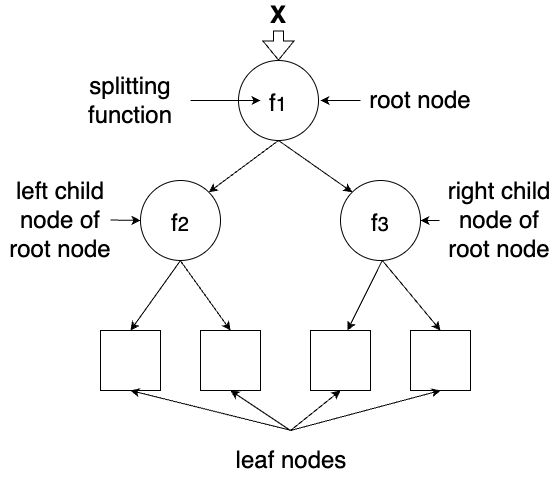
Earlier version of the draw.io export Untitled Diagram.drawio.png (FanGuozheng/dftbpy). Source tidied: cells renumbered, new cells last; positions are measured from the earlier drawing's top-left corner, leaving out a move shared by most shapes.
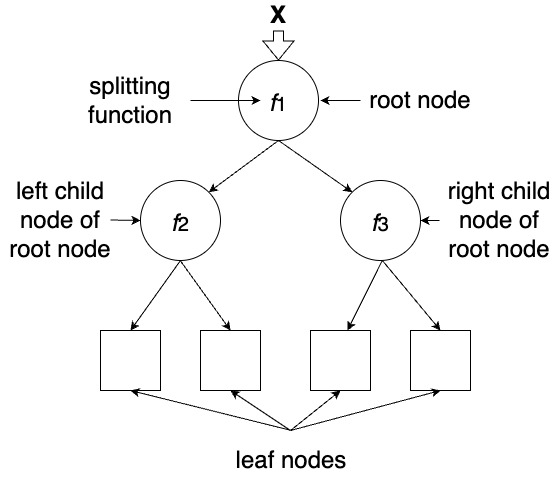
Above is the later version.

What changed in the source:
```diff
@@ -2,13 +2,13 @@
   <root>
     <mxCell id="0" />
     <mxCell id="1" parent="0" />
-    <mxCell id="2" value="&lt;font style=&quot;font-size: 24px;&quot;&gt;&lt;font style=&quot;vertical-align: sub; font-size: 24px;&quot;&gt;f&lt;/font&gt;&lt;font style=&quot;font-size: 24px;&quot;&gt;&lt;sub&gt;1&lt;/sub&gt;&lt;/font&gt;&lt;/font&gt;" style="ellipse;whiteSpace=wrap;html=1;" parent="1" vertex="1">
+    <mxCell id="2" value="&lt;font style=&quot;font-size: 24px;&quot;&gt;&lt;font style=&quot;vertical-align: sub; font-size: 24px;&quot;&gt;&lt;i&gt;f&lt;/i&gt;&lt;/font&gt;&lt;font style=&quot;font-size: 24px;&quot;&gt;&lt;sub&gt;1&lt;/sub&gt;&lt;/font&gt;&lt;/font&gt;" style="ellipse;whiteSpace=wrap;html=1;" parent="1" vertex="1">
       <mxGeometry x="238" y="60" width="80" height="80" as="geometry" />
     </mxCell>
-    <mxCell id="3" value="&lt;font style=&quot;font-size: 24px;&quot;&gt;&lt;font style=&quot;vertical-align: sub; font-size: 24px;&quot;&gt;f&lt;/font&gt;&lt;font style=&quot;font-size: 24px;&quot;&gt;&lt;sub&gt;2&lt;/sub&gt;&lt;/font&gt;&lt;/font&gt;" style="ellipse;whiteSpace=wrap;html=1;" parent="1" vertex="1">
+    <mxCell id="3" value="&lt;font style=&quot;font-size: 24px;&quot;&gt;&lt;font style=&quot;vertical-align: sub; font-size: 24px;&quot;&gt;&lt;i&gt;f&lt;/i&gt;&lt;/font&gt;&lt;font style=&quot;font-size: 24px;&quot;&gt;&lt;sub&gt;2&lt;/sub&gt;&lt;/font&gt;&lt;/font&gt;" style="ellipse;whiteSpace=wrap;html=1;" parent="1" vertex="1">
       <mxGeometry x="140" y="180" width="80" height="80" as="geometry" />
     </mxCell>
-    <mxCell id="4" value="&lt;font style=&quot;font-size: 24px;&quot;&gt;&lt;font style=&quot;vertical-align: sub; font-size: 24px;&quot;&gt;f&lt;/font&gt;&lt;font style=&quot;font-size: 24px;&quot;&gt;&lt;sub&gt;3&lt;/sub&gt;&lt;/font&gt;&lt;/font&gt;" style="ellipse;whiteSpace=wrap;html=1;" parent="1" vertex="1">
+    <mxCell id="4" value="&lt;font style=&quot;font-size: 24px;&quot;&gt;&lt;font style=&quot;vertical-align: sub; font-size: 24px;&quot;&gt;&lt;i&gt;f&lt;/i&gt;&lt;/font&gt;&lt;font style=&quot;font-size: 24px;&quot;&gt;&lt;sub&gt;3&lt;/sub&gt;&lt;/font&gt;&lt;/font&gt;" style="ellipse;whiteSpace=wrap;html=1;" parent="1" vertex="1">
       <mxGeometry x="340" y="180" width="80" height="80" as="geometry" />
     </mxCell>
     <mxCell id="5" style="endArrow=classic;html=1;rounded=0;exitX=0.5;exitY=1;exitDx=0;exitDy=0;entryX=1;entryY=0;entryDx=0;entryDy=0;" parent="1" edge="1" source="2" target="3">
```
